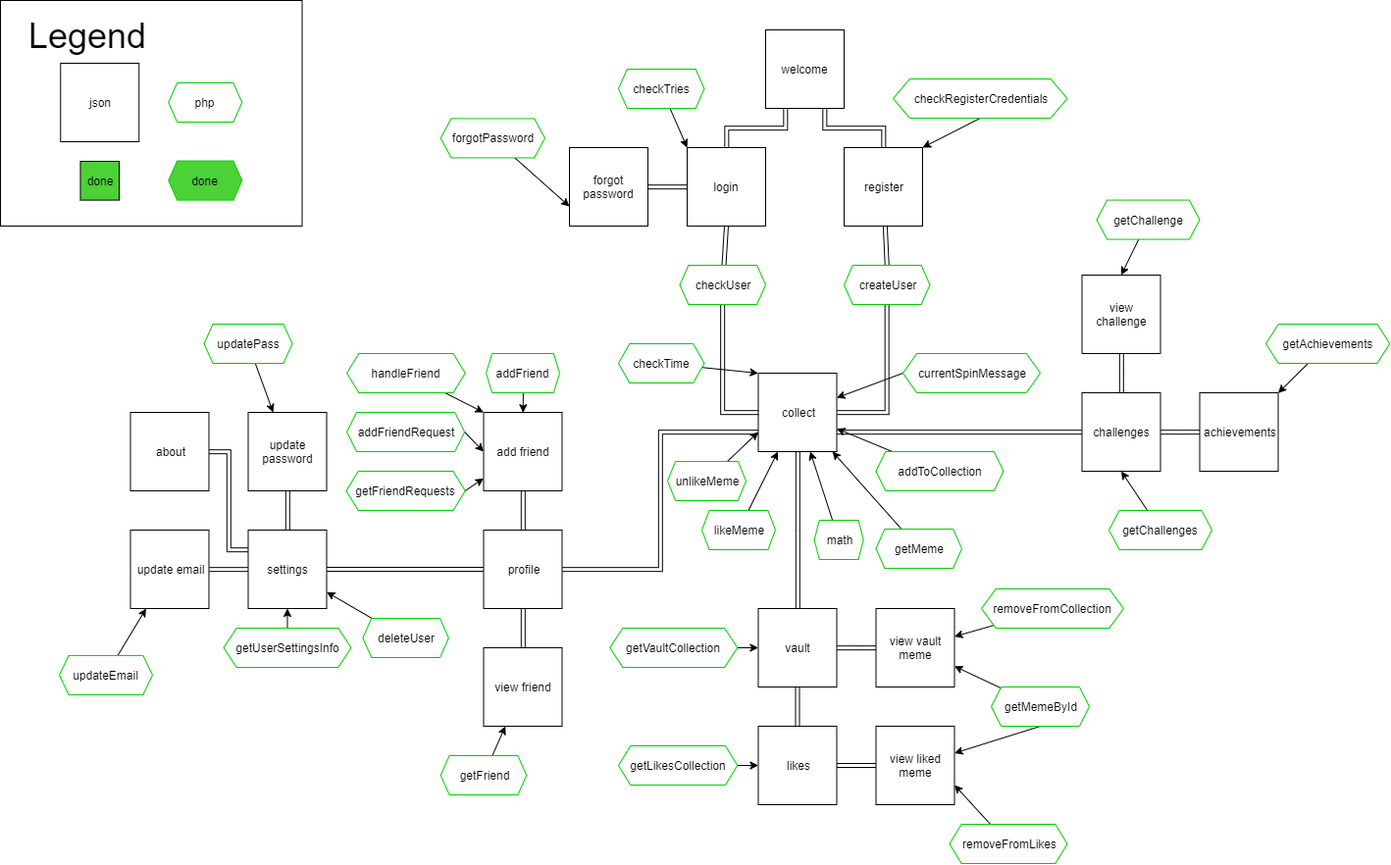
Above: CollectMemes.png in cappycap/CollectMemes (draw.io), before the change. Source tidied: cells renumbered, new cells last; positions are measured from the earlier drawing's top-left corner, leaving out a move shared by most shapes.
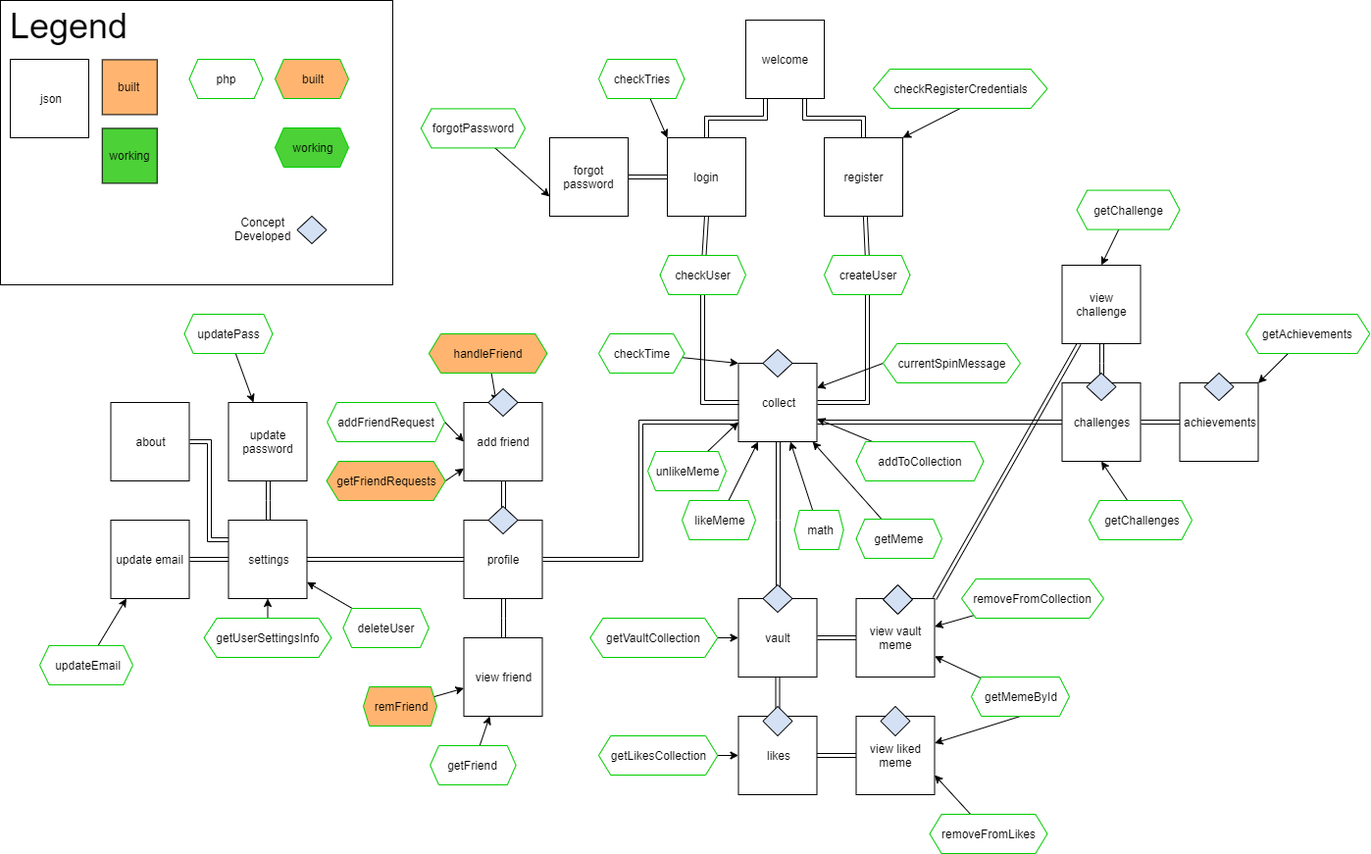
Above is the later version.

What changed in the source:
```diff
@@ -3,7 +3,7 @@
     <mxCell id="0" />
     <mxCell id="1" parent="0" />
     <mxCell id="2" style="rounded=0;whiteSpace=wrap;html=1;strokeColor=#000000;fillColor=none;" parent="1" vertex="1">
-      <mxGeometry width="307.5" height="230" as="geometry" />
+      <mxGeometry x="20" y="10" width="400" height="290" as="geometry" />
     </mxCell>
     <mxCell id="3" style="edgeStyle=orthogonalEdgeStyle;shape=link;rounded=0;jettySize=auto;html=1;exitX=0;exitY=0.75;exitDx=0;exitDy=0;entryX=1;entryY=0.5;entryDx=0;entryDy=0;" parent="1" edge="1" source="6" target="27">
       <mxGeometry relative="1" as="geometry" />
@@ -27,7 +27,7 @@
       <mxGeometry x="780" y="30" width="80" height="80" as="geometry" />
     </mxCell>
     <mxCell id="10" value="json" style="whiteSpace=wrap;html=1;" parent="1" vertex="1">
-      <mxGeometry x="61.2" y="64" width="80" height="80" as="geometry" />
+      <mxGeometry x="30" y="70" width="80" height="80" as="geometry" />
     </mxCell>
     <mxCell id="11" style="edgeStyle=orthogonalEdgeStyle;shape=link;rounded=0;jettySize=auto;html=1;exitX=0.5;exitY=1;exitDx=0;exitDy=0;entryX=0;entryY=0.5;entryDx=0;entryDy=0;" parent="1" edge="1" source="98" target="6">
       <mxGeometry relative="1" as="geometry" />
@@ -95,6 +95,9 @@
     <mxCell id="32" value="vault" style="whiteSpace=wrap;html=1;" parent="1" vertex="1">
       <mxGeometry x="772.5" y="620" width="80" height="80" as="geometry" />
     </mxCell>
+    <mxCell id="105" style="edgeStyle=none;shape=link;rounded=0;jettySize=auto;html=1;entryX=1;entryY=0;entryDx=0;entryDy=0;" parent="1" edge="1" source="33" target="35">
+      <mxGeometry relative="1" as="geometry" />
+    </mxCell>
     <mxCell id="33" value="view challenge" style="whiteSpace=wrap;html=1;" parent="1" vertex="1">
       <mxGeometry x="1102.5" y="280" width="80" height="80" as="geometry" />
     </mxCell>
@@ -123,13 +126,13 @@
       <mxGeometry x="492.5" y="660" width="80" height="80" as="geometry" />
     </mxCell>
     <mxCell id="42" value="php" style="shape=hexagon;perimeter=hexagonPerimeter2;whiteSpace=wrap;html=1;strokeColor=#00CC00;size=0.11795138888888886;" parent="1" vertex="1">
-      <mxGeometry x="171.2" y="84" width="75" height="40" as="geometry" />
+      <mxGeometry x="212.5" y="70" width="75" height="40" as="geometry" />
     </mxCell>
-    <mxCell id="43" style="edgeStyle=orthogonalEdgeStyle;rounded=0;jettySize=auto;html=1;entryX=0.5;entryY=0;entryDx=0;entryDy=0;" parent="1" edge="1" source="44" target="40">
-      <mxGeometry relative="1" as="geometry" />
-    </mxCell>
+    <mxCell id="106" style="edgeStyle=none;rounded=0;jettySize=auto;html=1;" parent="1" edge="1" source="44" target="41">
+      <mxGeometry relative="1" as="geometry" />
+    </mxCell>
-    <mxCell id="44" value="addFriend" style="shape=hexagon;perimeter=hexagonPerimeter2;whiteSpace=wrap;html=1;strokeColor=#00CC00;size=0.08184027777777876;" parent="1" vertex="1">
-      <mxGeometry x="495" y="360" width="75" height="40" as="geometry" />
+    <mxCell id="44" value="remFriend" style="shape=hexagon;perimeter=hexagonPerimeter2;whiteSpace=wrap;html=1;strokeColor=#00CC00;size=0.08184027777777876;fillColor=#FFB570;" parent="1" vertex="1">
+      <mxGeometry x="390" y="710" width="75" height="40" as="geometry" />
     </mxCell>
     <mxCell id="45" style="edgeStyle=none;rounded=0;jettySize=auto;html=1;exitX=1;exitY=0.5;exitDx=0;exitDy=0;entryX=0;entryY=0.5;entryDx=0;entryDy=0;" parent="1" edge="1" source="46" target="40">
       <mxGeometry relative="1" as="geometry" />
@@ -168,7 +171,7 @@
       <mxGeometry x="920" y="360" width="140" height="40" as="geometry" />
     </mxCell>
     <mxCell id="57" value="&lt;font style=&quot;font-size: 36px&quot;&gt;Legend&lt;/font&gt;" style="text;html=1;align=center;verticalAlign=middle;" parent="1" vertex="1">
-      <mxGeometry x="18.8" y="20" width="140" height="30" as="geometry" />
+      <mxGeometry x="20" y="20" width="140" height="30" as="geometry" />
     </mxCell>
     <mxCell id="58" style="edgeStyle=none;rounded=0;jettySize=auto;html=1;" parent="1" edge="1" source="59" target="39">
       <mxGeometry relative="1" as="geometry" />
@@ -197,7 +200,7 @@
     <mxCell id="66" style="edgeStyle=none;rounded=0;jettySize=auto;html=1;exitX=1;exitY=0.5;exitDx=0;exitDy=0;" parent="1" edge="1" source="67" target="40">
       <mxGeometry relative="1" as="geometry" />
     </mxCell>
-    <mxCell id="67" value="getFriendRequests" style="shape=hexagon;perimeter=hexagonPerimeter2;whiteSpace=wrap;html=1;strokeColor=#00CC00;size=0.10110119047619046;" parent="1" vertex="1">
+    <mxCell id="67" value="getFriendRequests" style="shape=hexagon;perimeter=hexagonPerimeter2;whiteSpace=wrap;html=1;strokeColor=#00CC00;size=0.10110119047619046;fillColor=#FFB570;" parent="1" vertex="1">
       <mxGeometry x="352.5" y="480" width="121.2" height="40" as="geometry" />
     </mxCell>
     <mxCell id="68" style="edgeStyle=none;rounded=0;jettySize=auto;html=1;" parent="1" edge="1" source="69" target="23">
@@ -233,11 +236,11 @@
     <mxCell id="78" value="&lt;span style=&quot;white-space: normal&quot;&gt;getVaultCollection&lt;/span&gt;" style="shape=hexagon;perimeter=hexagonPerimeter2;whiteSpace=wrap;html=1;strokeColor=#00CC00;size=0.10110119047619046;" parent="1" vertex="1">
       <mxGeometry x="621.2" y="640" width="130" height="40" as="geometry" />
     </mxCell>
-    <mxCell id="79" style="edgeStyle=none;rounded=0;jettySize=auto;html=1;entryX=0;entryY=0;entryDx=0;entryDy=0;" parent="1" edge="1" source="80" target="40">
+    <mxCell id="79" style="edgeStyle=none;rounded=0;jettySize=auto;html=1;" parent="1" edge="1" source="80" target="40">
       <mxGeometry relative="1" as="geometry" />
     </mxCell>
-    <mxCell id="80" value="handleFriend" style="shape=hexagon;perimeter=hexagonPerimeter2;whiteSpace=wrap;html=1;strokeColor=#00CC00;size=0.10110119047619046;" parent="1" vertex="1">
-      <mxGeometry x="353.1" y="360" width="120.6" height="40" as="geometry" />
+    <mxCell id="80" value="handleFriend" style="shape=hexagon;perimeter=hexagonPerimeter2;whiteSpace=wrap;html=1;strokeColor=#00CC00;size=0.10110119047619046;fillColor=#FFB570;" parent="1" vertex="1">
+      <mxGeometry x="456.9" y="350" width="120.6" height="40" as="geometry" />
     </mxCell>
     <mxCell id="81" style="edgeStyle=none;rounded=0;jettySize=auto;html=1;" parent="1" edge="1" source="82" target="6">
       <mxGeometry relative="1" as="geometry" />
@@ -293,11 +296,11 @@
     <mxCell id="98" value="checkUser&lt;span style=&quot;color: rgba(0 , 0 , 0 , 0) ; font-family: monospace ; font-size: 0px ; white-space: nowrap&quot;&gt;%3CmxGraphModel%3E%3Croot%3E%3CmxCell%20id%3D%220%22%2F%3E%3CmxCell%20id%3D%221%22%20parent%3D%220%22%2F%3E%3CmxCell%20id%3D%222%22%20value%3D%22checkTries%22%20style%3D%22shape%3Dhexagon%3Bperimeter%3DhexagonPerimeter2%3BwhiteSpace%3Dwrap%3Bhtml%3D1%3BstrokeColor%3D%2300CC00%3Bsize%3D0.10110119047619046%3B%22%20vertex%3D%221%22%20parent%3D%221%22%3E%3CmxGeometry%20x%3D%2236.25%22%20y%3D%22480%22%20width%3D%2287.5%22%20height%3D%2240%22%20as%3D%22geometry%22%2F%3E%3C%2FmxCell%3E%3C%2Froot%3E%3C%2FmxGraphModel%3E&lt;/span&gt;" style="shape=hexagon;perimeter=hexagonPerimeter2;whiteSpace=wrap;html=1;strokeColor=#00CC00;size=0.10110119047619046;" parent="1" vertex="1">
       <mxGeometry x="692.5" y="270" width="87.5" height="40" as="geometry" />
     </mxCell>
-    <mxCell id="99" value="done" style="whiteSpace=wrap;html=1;fillColor=#4cd137;" parent="1" vertex="1">
-      <mxGeometry x="81.5" y="164" width="39.6" height="39.6" as="geometry" />
+    <mxCell id="99" value="built" style="whiteSpace=wrap;html=1;fillColor=#FFB570;" parent="1" vertex="1">
+      <mxGeometry x="123.8" y="70.4" width="56" height="56" as="geometry" />
     </mxCell>
-    <mxCell id="100" value="done" style="shape=hexagon;perimeter=hexagonPerimeter2;whiteSpace=wrap;html=1;strokeColor=#00CC00;size=0.11795138888888886;fillColor=#4cd137;" parent="1" vertex="1">
-      <mxGeometry x="171.2" y="163.6" width="75" height="40" as="geometry" />
+    <mxCell id="100" value="built" style="shape=hexagon;perimeter=hexagonPerimeter2;whiteSpace=wrap;html=1;strokeColor=#00CC00;size=0.11795138888888886;fillColor=#FFB570;" parent="1" vertex="1">
+      <mxGeometry x="300" y="70" width="75" height="40" as="geometry" />
     </mxCell>
     <mxCell id="101" style="edgeStyle=none;rounded=0;jettySize=auto;html=1;entryX=0.5;entryY=0;entryDx=0;entryDy=0;" parent="1" edge="1" source="102" target="33">
       <mxGeometry relative="1" as="geometry" />
@@ -309,7 +312,46 @@
       <mxGeometry relative="1" as="geometry" />
     </mxCell>
     <mxCell id="104" value="getFriend" style="shape=hexagon;perimeter=hexagonPerimeter2;whiteSpace=wrap;html=1;strokeColor=#00CC00;size=0.10110119047619046;" parent="1" vertex="1">
-      <mxGeometry x="448.8" y="770" width="87.5" height="40" as="geometry" />
+      <mxGeometry x="458.1" y="770" width="87.5" height="40" as="geometry" />
     </mxCell>
+    <mxCell id="107" value="working" style="whiteSpace=wrap;html=1;fillColor=#4cd137;" parent="1" vertex="1">
+      <mxGeometry x="123.8" y="140.4" width="56" height="56" as="geometry" />
+    </mxCell>
+    <mxCell id="108" value="working" style="shape=hexagon;perimeter=hexagonPerimeter2;whiteSpace=wrap;html=1;strokeColor=#00CC00;size=0.11795138888888886;fillColor=#4cd137;" parent="1" vertex="1">
+      <mxGeometry x="300" y="140" width="75" height="40" as="geometry" />
+    </mxCell>
+    <mxCell id="109" style="rhombus;whiteSpace=wrap;html=1;fillColor=#D4E1F5;" parent="1" vertex="1">
+      <mxGeometry x="322.5" y="230" width="30" height="28" as="geometry" />
+    </mxCell>
+    <mxCell id="110" value="&lt;span style=&quot;white-space: normal&quot;&gt;Concept&lt;/span&gt;&lt;br style=&quot;white-space: normal&quot;&gt;&lt;span style=&quot;white-space: normal&quot;&gt;Developed&lt;/span&gt;" style="text;html=1;align=center;verticalAlign=middle;" parent="1" vertex="1">
+      <mxGeometry x="252.5" y="228" width="70" height="30" as="geometry" />
+    </mxCell>
+    <mxCell id="111" style="rhombus;whiteSpace=wrap;html=1;fillColor=#D4E1F5;" parent="1" vertex="1">
+      <mxGeometry x="797.5" y="366" width="30" height="28" as="geometry" />
+    </mxCell>
+    <mxCell id="112" style="rhombus;whiteSpace=wrap;html=1;fillColor=#D4E1F5;" parent="1" vertex="1">
+      <mxGeometry x="517.5" y="526" width="30" height="28" as="geometry" />
+    </mxCell>
+    <mxCell id="113" style="rhombus;whiteSpace=wrap;html=1;fillColor=#D4E1F5;" parent="1" vertex="1">
+      <mxGeometry x="1127.5" y="390" width="30" height="28" as="geometry" />
+    </mxCell>
+    <mxCell id="114" style="rhombus;whiteSpace=wrap;html=1;fillColor=#D4E1F5;" parent="1" vertex="1">
+      <mxGeometry x="1247.5" y="390" width="30" height="28" as="geometry" />
+    </mxCell>
+    <mxCell id="115" style="rhombus;whiteSpace=wrap;html=1;fillColor=#D4E1F5;" parent="1" vertex="1">
+      <mxGeometry x="797.5" y="606" width="30" height="28" as="geometry" />
+    </mxCell>
+    <mxCell id="116" style="rhombus;whiteSpace=wrap;html=1;fillColor=#D4E1F5;" parent="1" vertex="1">
+      <mxGeometry x="797.5" y="730" width="30" height="30" as="geometry" />
+    </mxCell>
+    <mxCell id="117" style="rhombus;whiteSpace=wrap;html=1;fillColor=#D4E1F5;" parent="1" vertex="1">
+      <mxGeometry x="517.5" y="406" width="30" height="28" as="geometry" />
+    </mxCell>
+    <mxCell id="118" style="rhombus;whiteSpace=wrap;html=1;fillColor=#D4E1F5;" parent="1" vertex="1">
+      <mxGeometry x="917.5" y="730" width="30" height="30" as="geometry" />
+    </mxCell>
+    <mxCell id="119" style="rhombus;whiteSpace=wrap;html=1;fillColor=#D4E1F5;" parent="1" vertex="1">
+      <mxGeometry x="920" y="606" width="30" height="30" as="geometry" />
+    </mxCell>
   </root>
 </mxGraphModel>
```
